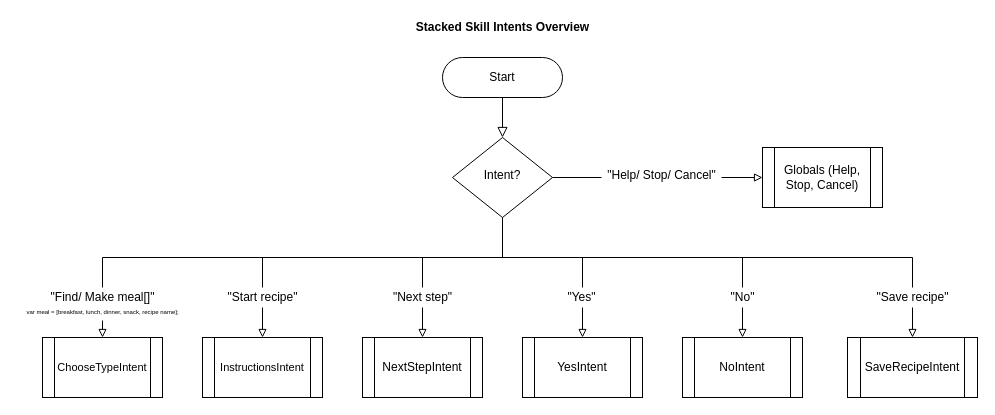
The draw.io diagram overall-user-flow.drawio in denaetions/stacked, before the edit. Source tidied: cells renumbered, new cells numbered last; positions are measured from the earlier drawing's top-left corner, leaving out a move shared by most shapes. Both pictures are drawn from the tidied source at 100%, with x=0, y=0 at pixel (17, 17).
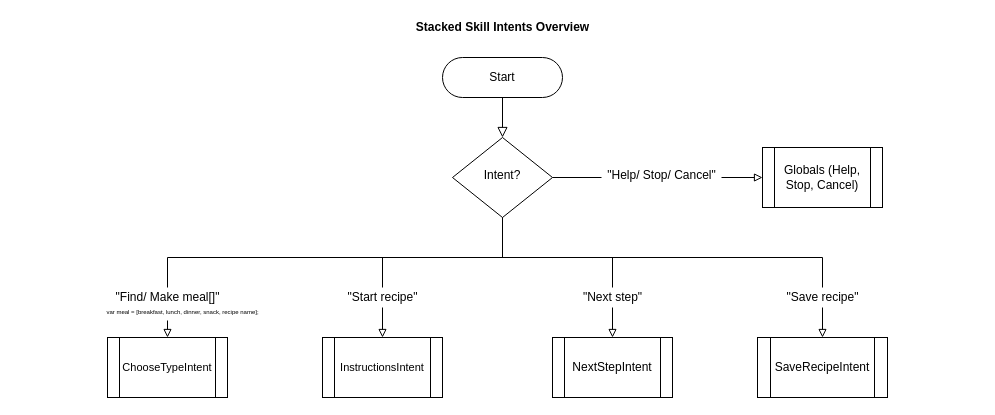
After the change.

The change refers to these unchanged cells:
```xml
<mxCell id="11" value="Intent?" style="rhombus;whiteSpace=wrap;html=1;shadow=0;fontFamily=Helvetica;fontSize=12;align=center;strokeWidth=1;spacing=6;spacingTop=-4;" parent="1" vertex="1">
  <mxGeometry x="435" y="120" width="100" height="80" as="geometry" />
</mxCell>
```

What changed in the source:
```diff
@@
     <mxCell id="4" style="edgeStyle=orthogonalEdgeStyle;rounded=0;jettySize=auto;html=1;exitX=0.5;exitY=1;exitDx=0;exitDy=0;endArrow=block;endFill=0;" parent="1" edge="1" source="11" target="15">
       <mxGeometry relative="1" as="geometry">
         <Array as="points">
           <mxPoint x="485" y="240" />
-          <mxPoint x="85" y="240" />
+          <mxPoint x="150" y="240" />
         </Array>
       </mxGeometry>
     </mxCell>
     <mxCell id="5" style="edgeStyle=orthogonalEdgeStyle;rounded=0;jettySize=auto;html=1;exitX=0.5;exitY=1;exitDx=0;exitDy=0;entryX=0.5;entryY=0;entryDx=0;entryDy=0;endArrow=block;endFill=0;" parent="1" edge="1" source="11" target="14">
       <mxGeometry relative="1" as="geometry">
         <Array as="points">
           <mxPoint x="485" y="240" />
-          <mxPoint x="245" y="240" />
+          <mxPoint x="365" y="240" />
         </Array>
       </mxGeometry>
     </mxCell>
     <mxCell id="6" style="edgeStyle=orthogonalEdgeStyle;rounded=0;jettySize=auto;html=1;exitX=0.5;exitY=1;exitDx=0;exitDy=0;entryX=0.5;entryY=0;entryDx=0;entryDy=0;endArrow=block;endFill=0;" parent="1" edge="1" source="11" target="13">
       <mxGeometry relative="1" as="geometry">
         <Array as="points">
           <mxPoint x="485" y="240" />
-          <mxPoint x="405" y="240" />
+          <mxPoint x="595" y="240" />
         </Array>
       </mxGeometry>
     </mxCell>
-    <mxCell id="7" style="edgeStyle=orthogonalEdgeStyle;rounded=0;jettySize=auto;html=1;exitX=0.5;exitY=1;exitDx=0;exitDy=0;entryX=0.5;entryY=0;entryDx=0;entryDy=0;endArrow=block;endFill=0;" parent="1" edge="1" source="11" target="17">
-      <mxGeometry relative="1" as="geometry">
-        <Array as="points">
-          <mxPoint x="485" y="240" />
-          <mxPoint x="565" y="240" />
-        </Array>
-      </mxGeometry>
-    </mxCell>
-    <mxCell id="8" style="edgeStyle=orthogonalEdgeStyle;rounded=0;jettySize=auto;html=1;exitX=0.5;exitY=1;exitDx=0;exitDy=0;entryX=0.5;entryY=0;entryDx=0;entryDy=0;endArrow=block;endFill=0;" parent="1" edge="1" source="11" target="18">
-      <mxGeometry relative="1" as="geometry">
-        <Array as="points">
-          <mxPoint x="485" y="240" />
-          <mxPoint x="725" y="240" />
-        </Array>
-      </mxGeometry>
-    </mxCell>
@@
     <mxCell id="10" style="edgeStyle=orthogonalEdgeStyle;rounded=0;jettySize=auto;html=1;exitX=0.5;exitY=1;exitDx=0;exitDy=0;entryX=0.5;entryY=0;entryDx=0;entryDy=0;endArrow=block;endFill=0;" parent="1" edge="1" source="11" target="26">
       <mxGeometry relative="1" as="geometry">
         <Array as="points">
           <mxPoint x="485" y="240" />
-          <mxPoint x="895" y="240" />
+          <mxPoint x="805" y="240" />
         </Array>
       </mxGeometry>
     </mxCell>
@@
     <mxCell id="13" value="NextStepIntent" style="shape=process;whiteSpace=wrap;html=1;backgroundOutline=1;" parent="1" vertex="1">
-      <mxGeometry x="345" y="320" width="120" height="60" as="geometry" />
+      <mxGeometry x="535" y="320" width="120" height="60" as="geometry" />
     </mxCell>
     <mxCell id="14" value="&lt;font style=&quot;font-size: 11px&quot;&gt;InstructionsIntent&lt;/font&gt;" style="shape=process;whiteSpace=wrap;html=1;backgroundOutline=1;" parent="1" vertex="1">
-      <mxGeometry x="185" y="320" width="120" height="60" as="geometry" />
+      <mxGeometry x="305" y="320" width="120" height="60" as="geometry" />
     </mxCell>
     <mxCell id="15" value="&lt;font style=&quot;font-size: 11px&quot;&gt;ChooseTypeIntent&lt;/font&gt;" style="shape=process;whiteSpace=wrap;html=1;backgroundOutline=1;" parent="1" vertex="1">
-      <mxGeometry x="25" y="320" width="120" height="60" as="geometry" />
+      <mxGeometry x="90" y="320" width="120" height="60" as="geometry" />
     </mxCell>
@@
-    <mxCell id="17" value="YesIntent" style="shape=process;whiteSpace=wrap;html=1;backgroundOutline=1;" parent="1" vertex="1">
-      <mxGeometry x="505" y="320" width="120" height="60" as="geometry" />
-    </mxCell>
-    <mxCell id="18" value="NoIntent" style="shape=process;whiteSpace=wrap;html=1;backgroundOutline=1;" parent="1" vertex="1">
-      <mxGeometry x="665" y="320" width="120" height="60" as="geometry" />
-    </mxCell>
-    <mxCell id="19" value="&quot;Yes&quot;" style="text;html=1;align=center;verticalAlign=middle;fillColor=#ffffff;" parent="1" vertex="1">
-      <mxGeometry x="544" y="270" width="40" height="20" as="geometry" />
-    </mxCell>
-    <mxCell id="20" value="&quot;No&quot;" style="text;html=1;align=center;verticalAlign=middle;fillColor=#ffffff;" parent="1" vertex="1">
-      <mxGeometry x="705" y="270" width="40" height="20" as="geometry" />
-    </mxCell>
     <mxCell id="21" value="&quot;Next step&quot;" style="text;html=1;align=center;verticalAlign=middle;fillColor=#ffffff;" parent="1" vertex="1">
-      <mxGeometry x="370" y="270" width="70" height="20" as="geometry" />
+      <mxGeometry x="560" y="270" width="70" height="20" as="geometry" />
     </mxCell>
     <mxCell id="22" value="&quot;Start recipe&quot;" style="text;html=1;align=center;verticalAlign=middle;fillColor=#ffffff;" parent="1" vertex="1">
-      <mxGeometry x="200" y="270" width="90" height="20" as="geometry" />
+      <mxGeometry x="320" y="270" width="90" height="20" as="geometry" />
     </mxCell>
     <mxCell id="23" value="&lt;font style=&quot;font-size: 6px&quot;&gt;var meal = [breakfast, lunch, dinner, snack, recipe name];&lt;/font&gt;" style="text;html=1;align=center;verticalAlign=middle;fillColor=#ffffff;" parent="1" vertex="1">
-      <mxGeometry y="283" width="170" height="20" as="geometry" />
+      <mxGeometry x="80" y="283" width="170" height="20" as="geometry" />
     </mxCell>
     <mxCell id="24" value="&quot;Find/ Make meal[]&quot;" style="text;html=1;align=center;verticalAlign=middle;fillColor=#ffffff;" parent="1" vertex="1">
-      <mxGeometry x="25" y="270" width="120" height="20" as="geometry" />
+      <mxGeometry x="90" y="270" width="120" height="20" as="geometry" />
     </mxCell>
@@
     <mxCell id="26" value="SaveRecipeIntent" style="shape=process;whiteSpace=wrap;html=1;backgroundOutline=1;" parent="1" vertex="1">
-      <mxGeometry x="830" y="320" width="130" height="60" as="geometry" />
+      <mxGeometry x="740" y="320" width="130" height="60" as="geometry" />
     </mxCell>
     <mxCell id="27" value="&quot;Save recipe&quot;" style="text;html=1;align=center;verticalAlign=middle;fillColor=#ffffff;" parent="1" vertex="1">
-      <mxGeometry x="850" y="270" width="90" height="20" as="geometry" />
+      <mxGeometry x="760" y="270" width="90" height="20" as="geometry" />
     </mxCell>
```
